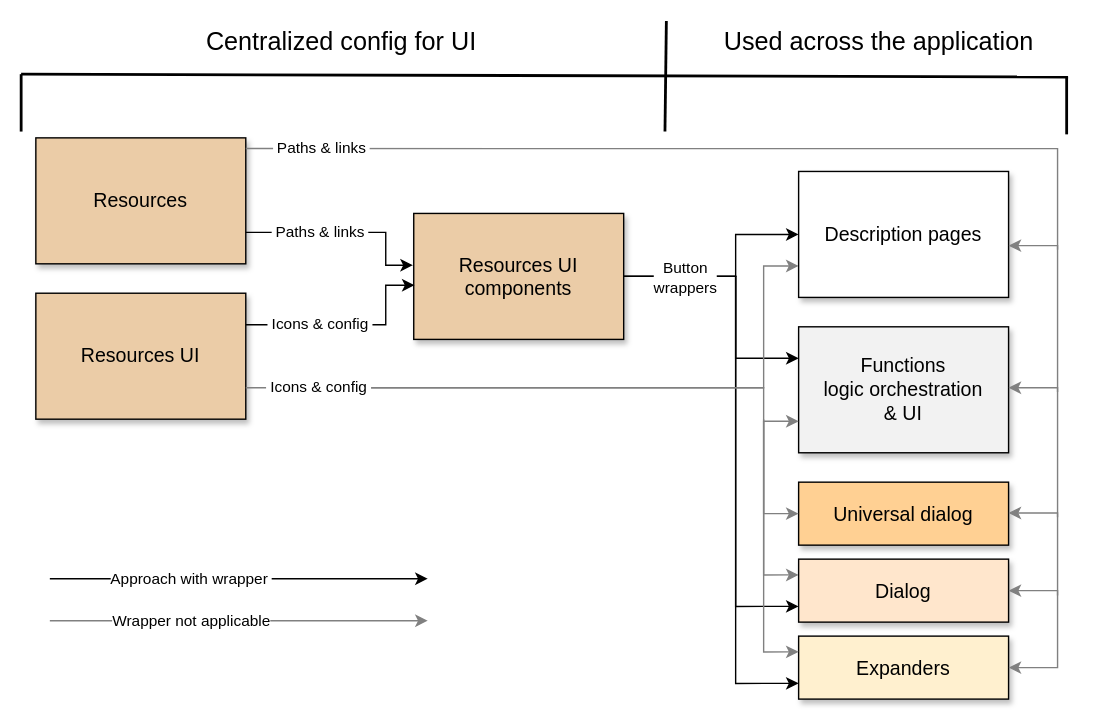
Above: Pictures/Architecture/Resources_ui_v1.svg in netj22693/backup-app-jn (draw.io), before the change. Source tidied: cells renumbered, new cells last; positions are measured from the earlier drawing's top-left corner, leaving out a move shared by most shapes.
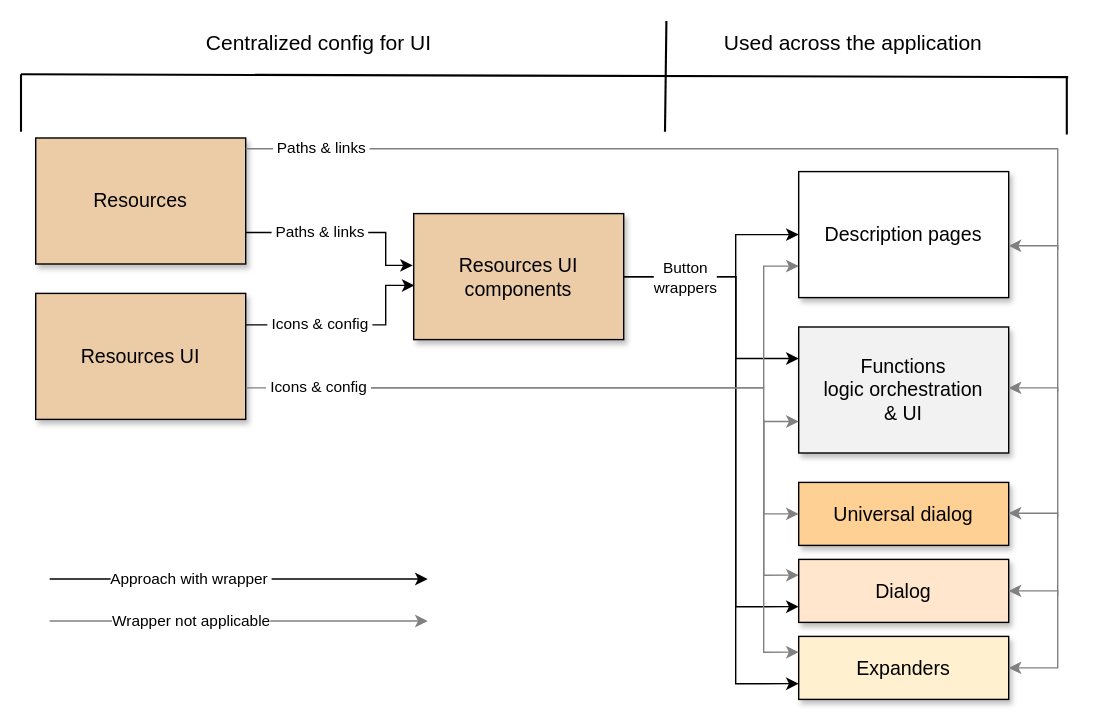
The same file after the commit.

Commit message:
16-Oct-2026 -v71.0.2.2 - diagram adjusted

What changed in the source:
```diff
@@ -215,34 +215,34 @@
         <mxPoint x="-3" y="-2" as="offset" />
       </mxGeometry>
     </mxCell>
-    <mxCell id="36" style="endArrow=none;html=1;rounded=0;strokeColor=default;align=center;verticalAlign=middle;fontFamily=Helvetica;fontSize=12;fontColor=default;labelBackgroundColor=default;strokeWidth=2;" parent="1" edge="1">
+    <mxCell id="36" style="endArrow=none;html=1;rounded=0;strokeColor=default;align=center;verticalAlign=middle;fontFamily=Helvetica;fontSize=12;fontColor=default;labelBackgroundColor=default;strokeWidth=1.5;" parent="1" edge="1">
       <mxGeometry relative="1" as="geometry">
         <mxPoint x="10" y="48" as="sourcePoint" />
         <mxPoint x="758" y="50" as="targetPoint" />
       </mxGeometry>
     </mxCell>
-    <mxCell id="37" style="endArrow=none;html=1;rounded=0;strokeColor=default;align=center;verticalAlign=middle;fontFamily=Helvetica;fontSize=12;fontColor=default;labelBackgroundColor=default;strokeWidth=2;" parent="1" edge="1">
+    <mxCell id="37" style="endArrow=none;html=1;rounded=0;strokeColor=default;align=center;verticalAlign=middle;fontFamily=Helvetica;fontSize=12;fontColor=default;labelBackgroundColor=default;strokeWidth=1.5;" parent="1" edge="1">
       <mxGeometry relative="1" as="geometry">
         <mxPoint x="10" y="48" as="sourcePoint" />
         <mxPoint x="10" y="89" as="targetPoint" />
       </mxGeometry>
     </mxCell>
-    <mxCell id="38" style="endArrow=none;html=1;rounded=0;strokeColor=default;align=center;verticalAlign=middle;fontFamily=Helvetica;fontSize=12;fontColor=default;labelBackgroundColor=default;strokeWidth=2;" parent="1" edge="1">
+    <mxCell id="38" style="endArrow=none;html=1;rounded=0;strokeColor=default;align=center;verticalAlign=middle;fontFamily=Helvetica;fontSize=12;fontColor=default;labelBackgroundColor=default;strokeWidth=1.5;" parent="1" edge="1">
       <mxGeometry relative="1" as="geometry">
         <mxPoint x="471" y="10" as="sourcePoint" />
         <mxPoint x="470" y="89" as="targetPoint" />
       </mxGeometry>
     </mxCell>
-    <mxCell id="39" style="endArrow=none;html=1;rounded=0;strokeColor=default;align=center;verticalAlign=middle;fontFamily=Helvetica;fontSize=12;fontColor=default;labelBackgroundColor=default;strokeWidth=2;" parent="1" edge="1">
+    <mxCell id="39" style="endArrow=none;html=1;rounded=0;strokeColor=default;align=center;verticalAlign=middle;fontFamily=Helvetica;fontSize=12;fontColor=default;labelBackgroundColor=default;strokeWidth=1.5;" parent="1" edge="1">
       <mxGeometry relative="1" as="geometry">
         <mxPoint x="757" y="50" as="sourcePoint" />
         <mxPoint x="757" y="91" as="targetPoint" />
       </mxGeometry>
     </mxCell>
-    <mxCell id="40" value="Centralized config for UI" style="text;html=1;whiteSpace=wrap;strokeColor=none;fillColor=none;align=left;verticalAlign=middle;rounded=0;fontSize=18;" parent="1" vertex="1">
+    <mxCell id="40" value="Centralized config for UI" style="text;html=1;whiteSpace=wrap;strokeColor=none;fillColor=none;align=left;verticalAlign=middle;rounded=0;fontSize=15;" parent="1" vertex="1">
       <mxGeometry x="140" y="10" width="240" height="30" as="geometry" />
     </mxCell>
-    <mxCell id="41" value="Used across the application" style="text;html=1;whiteSpace=wrap;strokeColor=none;fillColor=none;align=left;verticalAlign=middle;rounded=0;fontSize=18;" parent="1" vertex="1">
+    <mxCell id="41" value="Used across the application" style="text;html=1;whiteSpace=wrap;strokeColor=none;fillColor=none;align=left;verticalAlign=middle;rounded=0;fontSize=15;" parent="1" vertex="1">
       <mxGeometry x="510" y="10" width="240" height="30" as="geometry" />
     </mxCell>
   </root>
```
